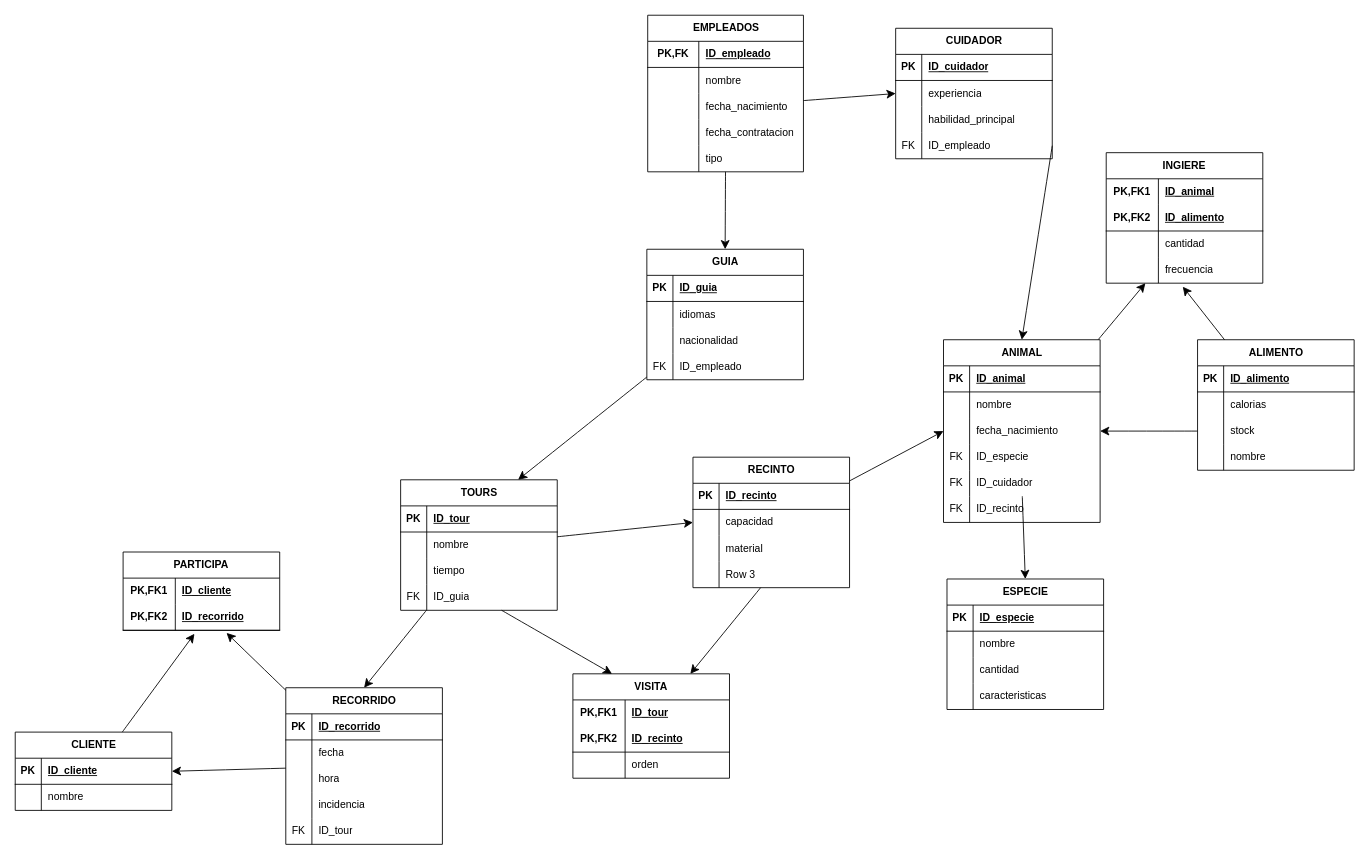
Earlier version of the draw.io diagram base de datos/Diagrama examen.drawio (th34dric/clase). Source tidied: cells renumbered, new cells numbered last; positions are measured from the earlier drawing's top-left corner, leaving out a move shared by most shapes. Both pictures are drawn from the tidied source at 87%, with x=0, y=0 at pixel (15, 15).
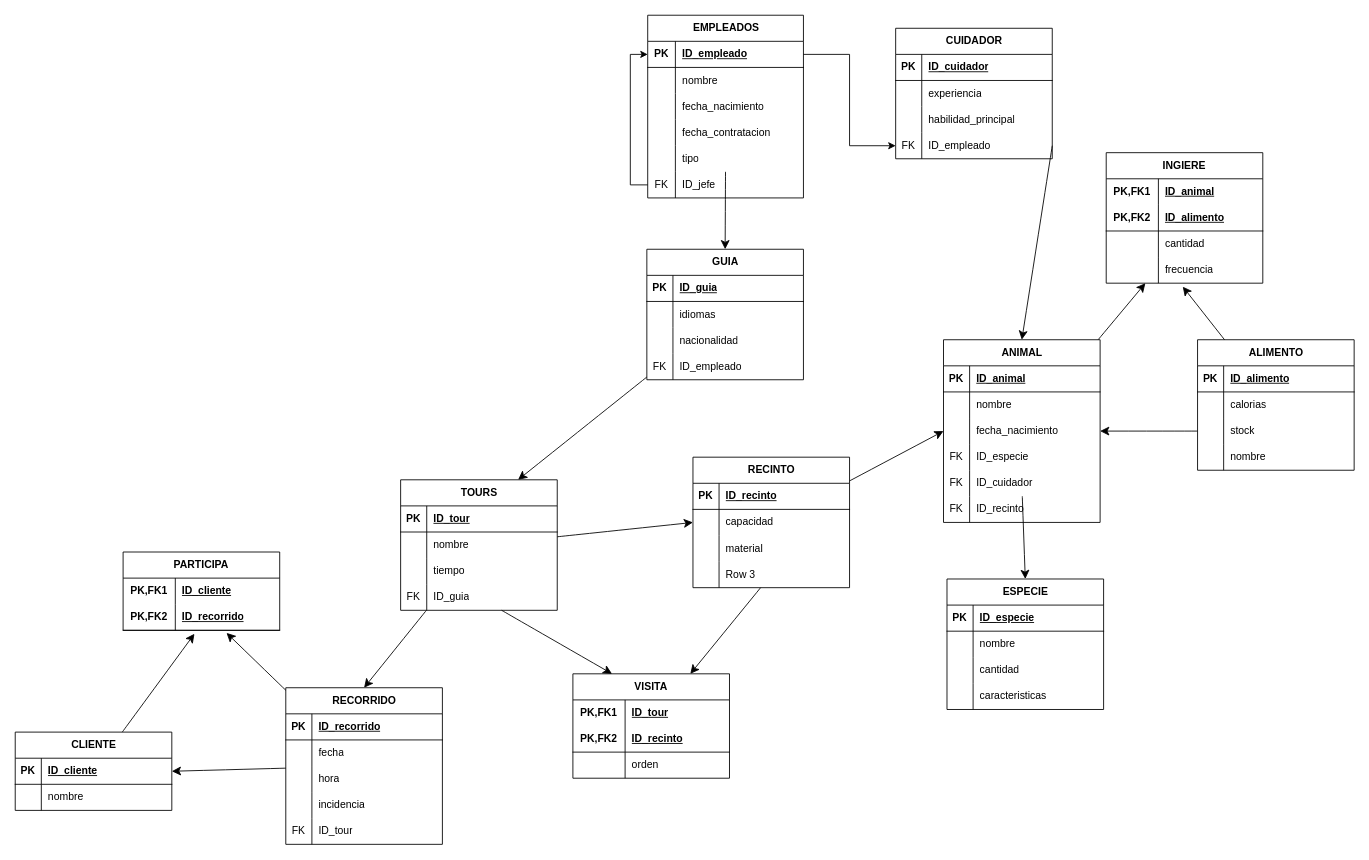
The same diagram, later.

The change refers to these unchanged cells:
```xml
<mxCell id="3" style="shape=tableRow;horizontal=0;startSize=0;swimlaneHead=0;swimlaneBody=0;fillColor=none;points=[[0,0.5],[1,0.5]];portConstraint=eastwest;top=0;left=0;right=0;bottom=1;" parent="2" vertex="1">
  <mxGeometry y="30" width="179" height="30" as="geometry" />
</mxCell>
<mxCell id="6" style="shape=tableRow;horizontal=0;startSize=0;swimlaneHead=0;swimlaneBody=0;fillColor=none;top=0;left=0;right=0;bottom=0;" parent="2" vertex="1">
  <mxGeometry y="60" width="179" height="30" as="geometry" />
</mxCell>
<mxCell id="9" style="shape=tableRow;horizontal=0;startSize=0;swimlaneHead=0;swimlaneBody=0;fillColor=none;points=[[0,0.5],[1,0.5]];portConstraint=eastwest;top=0;left=0;right=0;bottom=0;" parent="2" vertex="1">
  <mxGeometry y="90" width="179" height="30" as="geometry" />
</mxCell>
<mxCell id="12" style="shape=tableRow;horizontal=0;startSize=0;swimlaneHead=0;swimlaneBody=0;fillColor=none;top=0;left=0;right=0;bottom=0;" parent="2" vertex="1">
  <mxGeometry y="120" width="179" height="30" as="geometry" />
</mxCell>
<mxCell id="15" style="shape=tableRow;horizontal=0;startSize=0;swimlaneHead=0;swimlaneBody=0;fillColor=none;points=[[0,0.5],[1,0.5]];portConstraint=eastwest;top=0;left=0;right=0;bottom=0;" parent="2" vertex="1">
  <mxGeometry y="150" width="179" height="30" as="geometry" />
</mxCell>
<mxCell id="22" style="shape=tableRow;horizontal=0;startSize=0;swimlaneHead=0;swimlaneBody=0;fillColor=none;points=[[0,0.5],[1,0.5]];portConstraint=eastwest;top=0;left=0;right=0;bottom=0;" parent="18" vertex="1">
  <mxGeometry y="60" width="180" height="30" as="geometry" />
</mxCell>
<mxCell id="28" style="shape=tableRow;horizontal=0;startSize=0;swimlaneHead=0;swimlaneBody=0;fillColor=none;points=[[0,0.5],[1,0.5]];portConstraint=eastwest;top=0;left=0;right=0;bottom=0;" parent="18" vertex="1">
  <mxGeometry y="120" width="180" height="30" as="geometry" />
</mxCell>
```

Change to the diagram source:
```diff
@@
     <mxCell id="2" value="EMPLEADOS" style="shape=table;startSize=30;childLayout=tableLayout;rowLines=0;fontStyle=1;align=center;html=1;" parent="1" vertex="1">
-      <mxGeometry x="727" width="179" height="180" as="geometry" />
+      <mxGeometry x="727" width="179" height="210" as="geometry" />
     </mxCell>
@@
-    <mxCell id="4" value="PK,FK" style="shape=partialRectangle;fillColor=none;top=0;left=0;bottom=0;right=0;fontStyle=1;overflow=hidden;whiteSpace=wrap;html=1;" parent="3" vertex="1">
-      <mxGeometry width="58.7" height="30" as="geometry" />
+    <mxCell id="4" value="PK" style="shape=partialRectangle;fillColor=none;top=0;left=0;bottom=0;right=0;fontStyle=1;overflow=hidden;whiteSpace=wrap;html=1;" parent="3" vertex="1">
+      <mxGeometry width="31.8" height="30" as="geometry" />
     </mxCell>
     <mxCell id="5" value="ID_empleado" style="shape=partialRectangle;fillColor=none;top=0;left=0;bottom=0;right=0;align=left;spacingLeft=6;fontStyle=5;overflow=hidden;whiteSpace=wrap;html=1;" parent="3" vertex="1">
-      <mxGeometry x="58.7" width="120.2" height="30" as="geometry" />
+      <mxGeometry x="31.8" width="147.2" height="30" as="geometry" />
     </mxCell>
@@
     <mxCell id="7" style="shape=partialRectangle;fillColor=none;top=0;left=0;bottom=0;right=0;overflow=hidden;whiteSpace=wrap;html=1;" parent="6" vertex="1">
-      <mxGeometry width="58.7" height="30" as="geometry" />
+      <mxGeometry width="31.8" height="30" as="geometry" />
     </mxCell>
     <mxCell id="8" value="nombre" style="shape=partialRectangle;fillColor=none;top=0;left=0;bottom=0;right=0;align=left;spacingLeft=6;overflow=hidden;whiteSpace=wrap;html=1;" parent="6" vertex="1">
-      <mxGeometry x="58.7" width="120.2" height="30" as="geometry" />
+      <mxGeometry x="31.8" width="147.2" height="30" as="geometry" />
     </mxCell>
@@
     <mxCell id="10" style="shape=partialRectangle;fillColor=none;top=0;left=0;bottom=0;right=0;overflow=hidden;whiteSpace=wrap;html=1;" parent="9" vertex="1">
-      <mxGeometry width="58.7" height="30" as="geometry" />
+      <mxGeometry width="31.8" height="30" as="geometry" />
     </mxCell>
     <mxCell id="11" value="fecha_nacimiento" style="shape=partialRectangle;fillColor=none;top=0;left=0;bottom=0;right=0;align=left;spacingLeft=6;overflow=hidden;whiteSpace=wrap;html=1;" parent="9" vertex="1">
-      <mxGeometry x="58.7" width="120.2" height="30" as="geometry" />
+      <mxGeometry x="31.8" width="147.2" height="30" as="geometry" />
     </mxCell>
@@
     <mxCell id="13" style="shape=partialRectangle;fillColor=none;top=0;left=0;bottom=0;right=0;overflow=hidden;whiteSpace=wrap;html=1;" parent="12" vertex="1">
-      <mxGeometry width="58.7" height="30" as="geometry" />
+      <mxGeometry width="31.8" height="30" as="geometry" />
     </mxCell>
     <mxCell id="14" value="fecha_contratacion" style="shape=partialRectangle;fillColor=none;top=0;left=0;bottom=0;right=0;align=left;spacingLeft=6;overflow=hidden;whiteSpace=wrap;html=1;" parent="12" vertex="1">
-      <mxGeometry x="58.7" width="120.2" height="30" as="geometry" />
+      <mxGeometry x="31.8" width="147.2" height="30" as="geometry" />
     </mxCell>
@@
     <mxCell id="16" style="shape=partialRectangle;fillColor=none;top=0;left=0;bottom=0;right=0;overflow=hidden;whiteSpace=wrap;html=1;" parent="15" vertex="1">
-      <mxGeometry width="58.7" height="30" as="geometry" />
+      <mxGeometry width="31.8" height="30" as="geometry" />
     </mxCell>
     <mxCell id="17" value="tipo" style="shape=partialRectangle;fillColor=none;top=0;left=0;bottom=0;right=0;align=left;spacingLeft=6;overflow=hidden;whiteSpace=wrap;html=1;" parent="15" vertex="1">
-      <mxGeometry x="58.7" width="120.2" height="30" as="geometry" />
+      <mxGeometry x="31.8" width="147.2" height="30" as="geometry" />
     </mxCell>
+    <mxCell id="184" style="shape=tableRow;horizontal=0;startSize=0;swimlaneHead=0;swimlaneBody=0;fillColor=none;points=[[0,0.5],[1,0.5]];portConstraint=eastwest;top=0;left=0;right=0;bottom=0;" parent="2" vertex="1">
+      <mxGeometry y="180" width="179" height="30" as="geometry" />
+    </mxCell>
+    <mxCell id="185" value="FK" style="shape=partialRectangle;fillColor=none;top=0;left=0;bottom=0;right=0;overflow=hidden;whiteSpace=wrap;html=1;" parent="184" vertex="1">
+      <mxGeometry width="31.8" height="30" as="geometry" />
+    </mxCell>
+    <mxCell id="186" value="ID_jefe" style="shape=partialRectangle;fillColor=none;top=0;left=0;bottom=0;right=0;align=left;spacingLeft=6;overflow=hidden;whiteSpace=wrap;html=1;" parent="184" vertex="1">
+      <mxGeometry x="31.8" width="147.2" height="30" as="geometry" />
+    </mxCell>
@@
+    <mxCell id="187" style="edgeStyle=orthogonalEdgeStyle;rounded=0;jettySize=auto;html=1;exitX=0;exitY=0.5;exitDx=0;exitDy=0;entryX=0;entryY=0.5;entryDx=0;entryDy=0;defaultLabelBackgroundColor=page;labelPadding=0 4;" parent="1" edge="1" source="184" target="3">
+      <mxGeometry relative="1" as="geometry" />
+    </mxCell>
@@
-    <mxCell id="157" style="edgeStyle=none;curved=1;rounded=0;curveGeometry=1;jettySize=auto;html=1;entryX=0;entryY=0.5;entryDx=0;entryDy=0;fontSize=12;defaultLabelBackgroundColor=page;labelPadding=0 4;startSize=8;endSize=8;" parent="1" edge="1" source="9" target="22">
-      <mxGeometry relative="1" as="geometry" />
-    </mxCell>
@@
+    <mxCell id="188" style="edgeStyle=orthogonalEdgeStyle;rounded=0;jettySize=auto;html=1;exitX=1;exitY=0.5;exitDx=0;exitDy=0;entryX=0;entryY=0.5;entryDx=0;entryDy=0;defaultLabelBackgroundColor=page;labelPadding=0 4;" parent="1" edge="1" source="3" target="28">
+      <mxGeometry relative="1" as="geometry" />
+    </mxCell>
```
